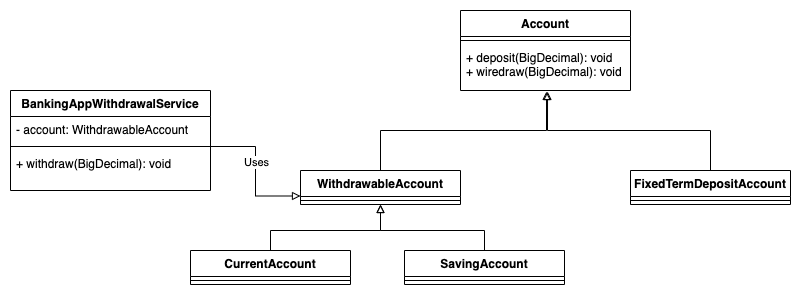
This is diagrams/lsp-after.png from mauriciogeneroso/solid-principles, a draw.io export, as it was before one commit. Source tidied: cells renumbered, new cells last; positions are measured from the earlier drawing's top-left corner, leaving out a move shared by most shapes.
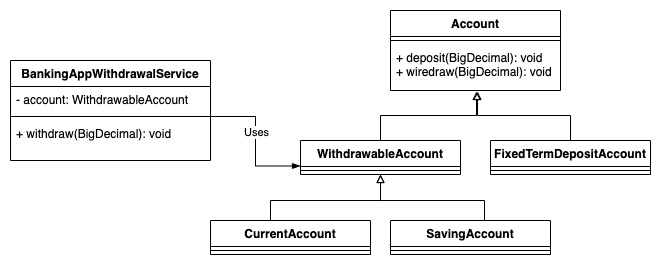
After the change.

What changed in the source:
```diff
@@ -3,7 +3,7 @@
     <mxCell id="0" />
     <mxCell id="1" parent="0" />
     <mxCell id="2" value="Account" style="swimlane;fontStyle=1;align=center;verticalAlign=top;horizontal=1;startSize=26;" parent="1" vertex="1">
-      <mxGeometry x="450" width="170" height="80" as="geometry" />
+      <mxGeometry x="380" y="30" width="170" height="80" as="geometry" />
     </mxCell>
     <mxCell id="3" style="line;strokeWidth=1;fillColor=none;align=left;verticalAlign=middle;spacingTop=-1;spacingLeft=3;spacingRight=3;labelPosition=right;" parent="2" vertex="1">
       <mxGeometry y="26" width="170" height="8" as="geometry" />
@@ -24,7 +24,7 @@
       <mxGeometry relative="1" as="geometry" />
     </mxCell>
     <mxCell id="9" value="FixedTermDepositAccount" style="swimlane;fontStyle=1;align=center;verticalAlign=top;horizontal=1;startSize=26;" parent="1" vertex="1">
-      <mxGeometry x="620" y="160" width="160" height="34" as="geometry" />
+      <mxGeometry x="480" y="160" width="160" height="34" as="geometry" />
     </mxCell>
     <mxCell id="10" style="line;strokeWidth=1;fillColor=none;align=left;verticalAlign=middle;spacingTop=-1;spacingLeft=3;spacingRight=3;labelPosition=right;" parent="9" vertex="1">
       <mxGeometry y="26" width="160" height="8" as="geometry" />
@@ -41,7 +41,7 @@
     <mxCell id="14" value="+ withdraw(BigDecimal): void" style="text;strokeColor=none;fillColor=none;align=left;verticalAlign=top;spacingLeft=4;spacingRight=4;overflow=hidden;" parent="11" vertex="1">
       <mxGeometry y="60" width="200" height="40" as="geometry" />
     </mxCell>
-    <mxCell id="15" style="edgeStyle=orthogonalEdgeStyle;rounded=0;jettySize=auto;html=1;entryX=0;entryY=0.75;entryDx=0;entryDy=0;endArrow=block;endFill=0;strokeColor=default;" parent="1" edge="1" source="13" target="6">
+    <mxCell id="15" style="edgeStyle=orthogonalEdgeStyle;rounded=0;jettySize=auto;html=1;entryX=0;entryY=0.75;entryDx=0;entryDy=0;endArrow=blockThin;endFill=1;strokeColor=default;" parent="1" edge="1" source="13" target="6">
       <mxGeometry relative="1" as="geometry" />
     </mxCell>
     <mxCell id="16" value="Uses" style="edgeLabel;html=1;align=center;verticalAlign=middle;" parent="15" vertex="1">
@@ -56,7 +56,7 @@
       </mxGeometry>
     </mxCell>
     <mxCell id="18" value="CurrentAccount" style="swimlane;fontStyle=1;align=center;verticalAlign=top;horizontal=1;startSize=26;" parent="1" vertex="1">
-      <mxGeometry x="180" y="240" width="160" height="34" as="geometry" />
+      <mxGeometry x="200" y="240" width="160" height="34" as="geometry" />
     </mxCell>
     <mxCell id="19" style="line;strokeWidth=1;fillColor=none;align=left;verticalAlign=middle;spacingTop=-1;spacingLeft=3;spacingRight=3;labelPosition=right;" parent="18" vertex="1">
       <mxGeometry y="26" width="160" height="8" as="geometry" />
@@ -70,7 +70,7 @@
       </mxGeometry>
     </mxCell>
     <mxCell id="21" value="SavingAccount" style="swimlane;fontStyle=1;align=center;verticalAlign=top;horizontal=1;startSize=26;" parent="1" vertex="1">
-      <mxGeometry x="394" y="240" width="160" height="34" as="geometry" />
+      <mxGeometry x="380" y="240" width="160" height="34" as="geometry" />
     </mxCell>
     <mxCell id="22" style="line;strokeWidth=1;fillColor=none;align=left;verticalAlign=middle;spacingTop=-1;spacingLeft=3;spacingRight=3;labelPosition=right;" parent="21" vertex="1">
       <mxGeometry y="26" width="160" height="8" as="geometry" />
```
